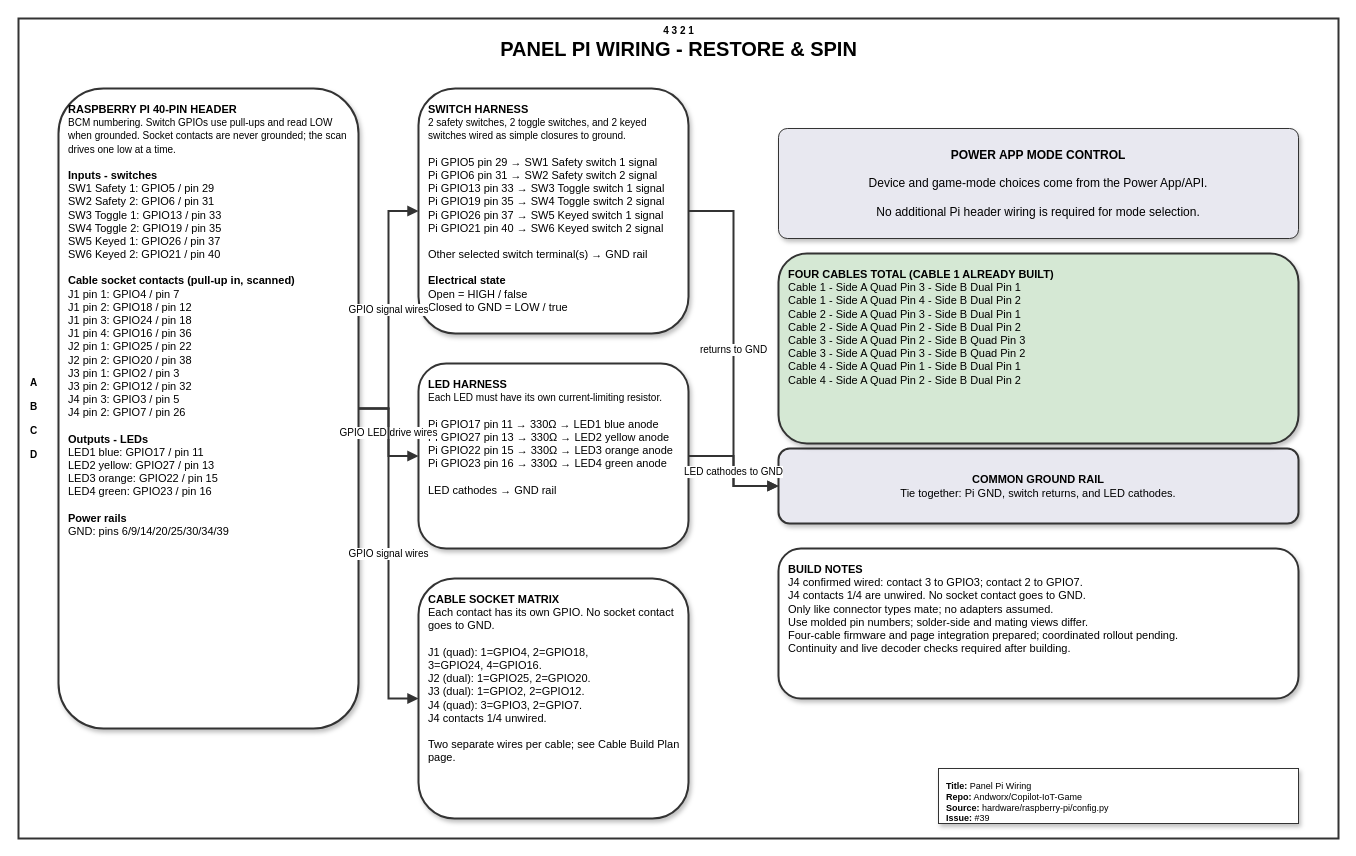
Before: page "Panel Pi Wiring" (1 of 2) of hardware/raspberry-pi/panel-pi-wiring.drawio in Andworx/Copilot-IoT-Game, a draw.io diagram. Source tidied: cells renumbered, new cells numbered last; positions are measured from the earlier drawing's top-left corner, leaving out a move shared by most shapes. Both pictures are drawn from the tidied source at 100%, with x=0, y=0 at pixel (18, 18).
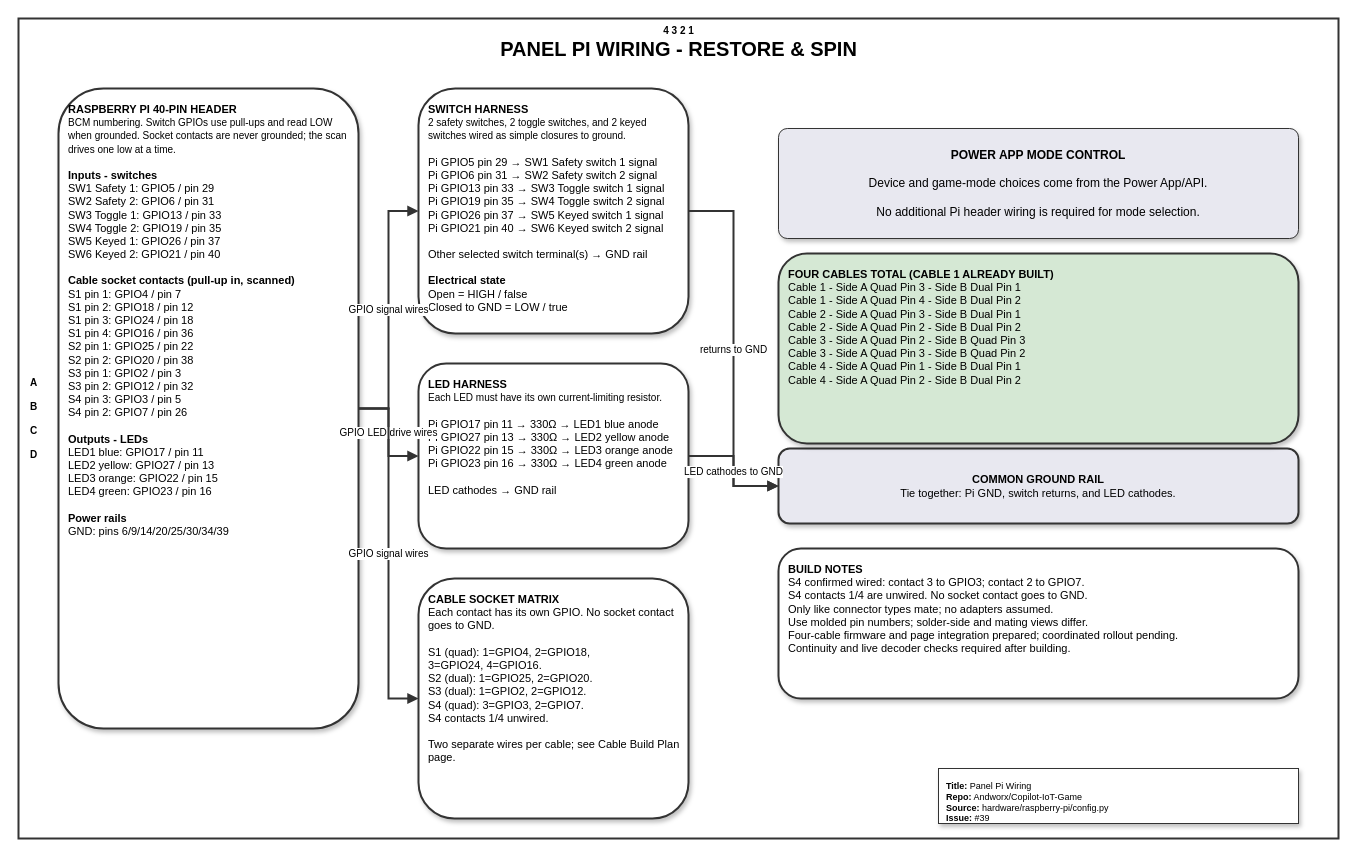
The same diagram, later.

Diff of the diagram source:
```diff
@@
-    <mxCell id="6" value="&lt;b&gt;RASPBERRY PI 40-PIN HEADER&lt;/b&gt;&lt;br&gt;&lt;font style=&quot;font-size: 10px&quot;&gt;BCM numbering. Switch GPIOs use pull-ups and read LOW when grounded. Socket contacts are never grounded; the scan drives one low at a time.&lt;/font&gt;&lt;br&gt;&lt;br&gt;&lt;b&gt;Inputs - switches&lt;/b&gt;&lt;br&gt;SW1 Safety 1: GPIO5 / pin 29&lt;br&gt;SW2 Safety 2: GPIO6 / pin 31&lt;br&gt;SW3 Toggle 1: GPIO13 / pin 33&lt;br&gt;SW4 Toggle 2: GPIO19 / pin 35&lt;br&gt;SW5 Keyed 1: GPIO26 / pin 37&lt;br&gt;SW6 Keyed 2: GPIO21 / pin 40&lt;br&gt;&lt;br&gt;&lt;b&gt;Cable socket contacts (pull-up in, scanned)&lt;/b&gt;&lt;br&gt;J1 pin 1: GPIO4 / pin 7&lt;br&gt;J1 pin 2: GPIO18 / pin 12&lt;br&gt;J1 pin 3: GPIO24 / pin 18&lt;br&gt;J1 pin 4: GPIO16 / pin 36&lt;br&gt;J2 pin 1: GPIO25 / pin 22&lt;br&gt;J2 pin 2: GPIO20 / pin 38&lt;br&gt;J3 pin 1: GPIO2 / pin 3&lt;br&gt;J3 pin 2: GPIO12 / pin 32&lt;br&gt;J4 pin 3: GPIO3 / pin 5&lt;br&gt;J4 pin 2: GPIO7 / pin 26&lt;br&gt;&lt;br&gt;&lt;b&gt;Outputs - LEDs&lt;/b&gt;&lt;br&gt;LED1 blue: GPIO17 / pin 11&lt;br&gt;LED2 yellow: GPIO27 / pin 13&lt;br&gt;LED3 orange: GPIO22 / pin 15&lt;br&gt;LED4 green: GPIO23 / pin 16&lt;br&gt;&lt;br&gt;&lt;b&gt;Power rails&lt;/b&gt;&lt;br&gt;GND: pins 6/9/14/20/25/30/34/39" style="rounded=1;shadow=1;strokeColor=#333333;fillColor=#FFFFFF;strokeWidth=2;fontSize=11;fontFamily=Helvetica;align=left;verticalAlign=top;spacing=10;whiteSpace=wrap;html=1;" parent="1" vertex="1">
+    <mxCell id="6" value="&lt;b&gt;RASPBERRY PI 40-PIN HEADER&lt;/b&gt;&lt;br&gt;&lt;font style=&quot;font-size: 10px&quot;&gt;BCM numbering. Switch GPIOs use pull-ups and read LOW when grounded. Socket contacts are never grounded; the scan drives one low at a time.&lt;/font&gt;&lt;br&gt;&lt;br&gt;&lt;b&gt;Inputs - switches&lt;/b&gt;&lt;br&gt;SW1 Safety 1: GPIO5 / pin 29&lt;br&gt;SW2 Safety 2: GPIO6 / pin 31&lt;br&gt;SW3 Toggle 1: GPIO13 / pin 33&lt;br&gt;SW4 Toggle 2: GPIO19 / pin 35&lt;br&gt;SW5 Keyed 1: GPIO26 / pin 37&lt;br&gt;SW6 Keyed 2: GPIO21 / pin 40&lt;br&gt;&lt;br&gt;&lt;b&gt;Cable socket contacts (pull-up in, scanned)&lt;/b&gt;&lt;br&gt;S1 pin 1: GPIO4 / pin 7&lt;br&gt;S1 pin 2: GPIO18 / pin 12&lt;br&gt;S1 pin 3: GPIO24 / pin 18&lt;br&gt;S1 pin 4: GPIO16 / pin 36&lt;br&gt;S2 pin 1: GPIO25 / pin 22&lt;br&gt;S2 pin 2: GPIO20 / pin 38&lt;br&gt;S3 pin 1: GPIO2 / pin 3&lt;br&gt;S3 pin 2: GPIO12 / pin 32&lt;br&gt;S4 pin 3: GPIO3 / pin 5&lt;br&gt;S4 pin 2: GPIO7 / pin 26&lt;br&gt;&lt;br&gt;&lt;b&gt;Outputs - LEDs&lt;/b&gt;&lt;br&gt;LED1 blue: GPIO17 / pin 11&lt;br&gt;LED2 yellow: GPIO27 / pin 13&lt;br&gt;LED3 orange: GPIO22 / pin 15&lt;br&gt;LED4 green: GPIO23 / pin 16&lt;br&gt;&lt;br&gt;&lt;b&gt;Power rails&lt;/b&gt;&lt;br&gt;GND: pins 6/9/14/20/25/30/34/39" style="rounded=1;shadow=1;strokeColor=#333333;fillColor=#FFFFFF;strokeWidth=2;fontSize=11;fontFamily=Helvetica;align=left;verticalAlign=top;spacing=10;whiteSpace=wrap;html=1;" parent="1" vertex="1">
       <mxGeometry x="40" y="70" width="300" height="640" as="geometry" />
     </mxCell>
@@
-    <mxCell id="9" value="&lt;b&gt;CABLE SOCKET MATRIX&lt;/b&gt;&lt;br&gt;Each contact has its own GPIO. No socket contact goes to GND.&lt;br&gt;&lt;br&gt;J1 (quad): 1=GPIO4, 2=GPIO18,&lt;br&gt;3=GPIO24, 4=GPIO16.&lt;br&gt;J2 (dual): 1=GPIO25, 2=GPIO20.&lt;br&gt;J3 (dual): 1=GPIO2, 2=GPIO12.&lt;br&gt;J4 (quad): 3=GPIO3, 2=GPIO7.&lt;br&gt;J4 contacts 1/4 unwired.&lt;br&gt;&lt;br&gt;Two separate wires per cable; see Cable Build Plan page." style="rounded=1;shadow=1;strokeColor=#333333;fillColor=#FFFFFF;strokeWidth=2;fontSize=11;fontFamily=Helvetica;align=left;verticalAlign=top;spacing=10;whiteSpace=wrap;html=1;" parent="1" vertex="1">
+    <mxCell id="9" value="&lt;b&gt;CABLE SOCKET MATRIX&lt;/b&gt;&lt;br&gt;Each contact has its own GPIO. No socket contact goes to GND.&lt;br&gt;&lt;br&gt;S1 (quad): 1=GPIO4, 2=GPIO18,&lt;br&gt;3=GPIO24, 4=GPIO16.&lt;br&gt;S2 (dual): 1=GPIO25, 2=GPIO20.&lt;br&gt;S3 (dual): 1=GPIO2, 2=GPIO12.&lt;br&gt;S4 (quad): 3=GPIO3, 2=GPIO7.&lt;br&gt;S4 contacts 1/4 unwired.&lt;br&gt;&lt;br&gt;Two separate wires per cable; see Cable Build Plan page." style="rounded=1;shadow=1;strokeColor=#333333;fillColor=#FFFFFF;strokeWidth=2;fontSize=11;fontFamily=Helvetica;align=left;verticalAlign=top;spacing=10;whiteSpace=wrap;html=1;" parent="1" vertex="1">
       <mxGeometry x="400" y="560" width="270" height="240" as="geometry" />
     </mxCell>
@@
-    <mxCell id="12" value="&lt;b&gt;BUILD NOTES&lt;/b&gt;&lt;br&gt;J4 confirmed wired: contact 3 to GPIO3; contact 2 to GPIO7.&lt;br&gt;J4 contacts 1/4 are unwired. No socket contact goes to GND.&lt;br&gt;Only like connector types mate; no adapters assumed.&lt;br&gt;Use molded pin numbers; solder-side and mating views differ.&lt;br&gt;Four-cable firmware and page integration prepared; coordinated rollout pending.&lt;br&gt;Continuity and live decoder checks required after building." style="rounded=1;shadow=1;strokeColor=#333333;fillColor=#FFFFFF;strokeWidth=2;fontSize=11;fontFamily=Helvetica;align=left;verticalAlign=top;spacing=10;whiteSpace=wrap;html=1;" parent="1" vertex="1">
+    <mxCell id="12" value="&lt;b&gt;BUILD NOTES&lt;/b&gt;&lt;br&gt;S4 confirmed wired: contact 3 to GPIO3; contact 2 to GPIO7.&lt;br&gt;S4 contacts 1/4 are unwired. No socket contact goes to GND.&lt;br&gt;Only like connector types mate; no adapters assumed.&lt;br&gt;Use molded pin numbers; solder-side and mating views differ.&lt;br&gt;Four-cable firmware and page integration prepared; coordinated rollout pending.&lt;br&gt;Continuity and live decoder checks required after building." style="rounded=1;shadow=1;strokeColor=#333333;fillColor=#FFFFFF;strokeWidth=2;fontSize=11;fontFamily=Helvetica;align=left;verticalAlign=top;spacing=10;whiteSpace=wrap;html=1;" parent="1" vertex="1">
       <mxGeometry x="760" y="530" width="520" height="150" as="geometry" />
     </mxCell>
```
